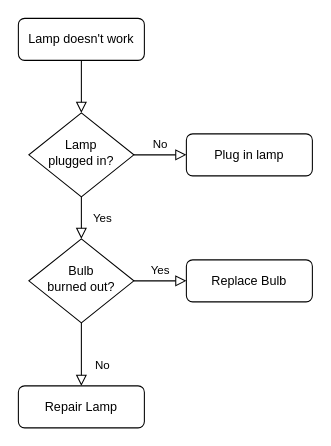
Above: my-website/static/未命名绘图.drawio in sun-guannan/install-docker-guide (draw.io), before the change. Source tidied: cells renumbered, new cells numbered last; positions are measured from the earlier drawing's top-left corner, leaving out a move shared by most shapes. Both pictures are drawn from the tidied source at 105%, with x=0, y=0 at pixel (18, 18).
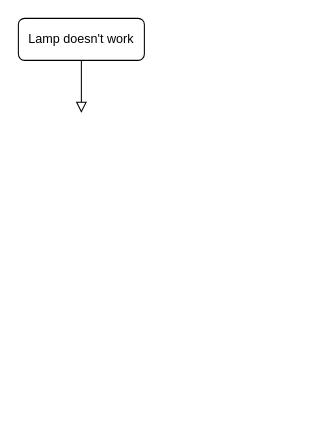
After the change.

Commit message (it also covers changes not shown here):
更新未命名绘图.drawio

The edit, as a diff of the source:
```diff
@@
 <mxGraphModel>
   <root>
     <mxCell id="0" />
     <mxCell id="1" parent="0" />
-    <mxCell id="2" style="rounded=0;html=1;jettySize=auto;fontSize=11;endArrow=block;endFill=0;endSize=8;strokeWidth=1;shadow=0;labelBackgroundColor=none;edgeStyle=orthogonalEdgeStyle;" parent="1" edge="1" source="3" target="6">
-      <mxGeometry relative="1" as="geometry" />
+    <mxCell id="2" style="rounded=0;html=1;jettySize=auto;fontSize=11;endArrow=block;endFill=0;endSize=8;strokeWidth=1;shadow=0;labelBackgroundColor=none;edgeStyle=orthogonalEdgeStyle;" parent="1" edge="1" source="3">
+      <mxGeometry relative="1" as="geometry">
+        <mxPoint x="60" y="90" as="targetPoint" />
+      </mxGeometry>
     </mxCell>
     <mxCell id="3" value="Lamp doesn't work" style="rounded=1;whiteSpace=wrap;html=1;fontSize=12;glass=0;strokeWidth=1;shadow=0;" parent="1" vertex="1">
       <mxGeometry width="120" height="40" as="geometry" />
     </mxCell>
-    <mxCell id="4" value="Yes" style="rounded=0;html=1;jettySize=auto;fontSize=11;endArrow=block;endFill=0;endSize=8;strokeWidth=1;shadow=0;labelBackgroundColor=none;edgeStyle=orthogonalEdgeStyle;" parent="1" edge="1" source="6" target="10">
-      <mxGeometry y="20" relative="1" as="geometry" />
-    </mxCell>
-    <mxCell id="5" value="No" style="edgeStyle=orthogonalEdgeStyle;rounded=0;html=1;jettySize=auto;fontSize=11;endArrow=block;endFill=0;endSize=8;strokeWidth=1;shadow=0;labelBackgroundColor=none;" parent="1" edge="1" source="6" target="7">
-      <mxGeometry y="10" relative="1" as="geometry" />
-    </mxCell>
-    <mxCell id="6" value="Lamp&lt;br&gt;plugged in?" style="rhombus;whiteSpace=wrap;html=1;shadow=0;fontFamily=Helvetica;fontSize=12;align=center;strokeWidth=1;spacing=6;spacingTop=-4;" parent="1" vertex="1">
-      <mxGeometry x="10" y="90" width="100" height="80" as="geometry" />
-    </mxCell>
-    <mxCell id="7" value="Plug in lamp" style="rounded=1;whiteSpace=wrap;html=1;fontSize=12;glass=0;strokeWidth=1;shadow=0;" parent="1" vertex="1">
-      <mxGeometry x="160" y="110" width="120" height="40" as="geometry" />
-    </mxCell>
-    <mxCell id="8" value="No" style="rounded=0;html=1;jettySize=auto;fontSize=11;endArrow=block;endFill=0;endSize=8;strokeWidth=1;shadow=0;labelBackgroundColor=none;edgeStyle=orthogonalEdgeStyle;" parent="1" edge="1" source="10" target="11">
-      <mxGeometry x="0.33" y="20" relative="1" as="geometry" />
-    </mxCell>
-    <mxCell id="9" value="Yes" style="edgeStyle=orthogonalEdgeStyle;rounded=0;html=1;jettySize=auto;fontSize=11;endArrow=block;endFill=0;endSize=8;strokeWidth=1;shadow=0;labelBackgroundColor=none;" parent="1" edge="1" source="10" target="12">
-      <mxGeometry y="10" relative="1" as="geometry" />
-    </mxCell>
-    <mxCell id="10" value="Bulb&lt;br&gt;burned out?" style="rhombus;whiteSpace=wrap;html=1;shadow=0;fontFamily=Helvetica;fontSize=12;align=center;strokeWidth=1;spacing=6;spacingTop=-4;" parent="1" vertex="1">
-      <mxGeometry x="10" y="210" width="100" height="80" as="geometry" />
-    </mxCell>
-    <mxCell id="11" value="Repair Lamp" style="rounded=1;whiteSpace=wrap;html=1;fontSize=12;glass=0;strokeWidth=1;shadow=0;" parent="1" vertex="1">
-      <mxGeometry y="350" width="120" height="40" as="geometry" />
-    </mxCell>
-    <mxCell id="12" value="Replace Bulb" style="rounded=1;whiteSpace=wrap;html=1;fontSize=12;glass=0;strokeWidth=1;shadow=0;" parent="1" vertex="1">
-      <mxGeometry x="160" y="230" width="120" height="40" as="geometry" />
-    </mxCell>
   </root>
 </mxGraphModel>
```
